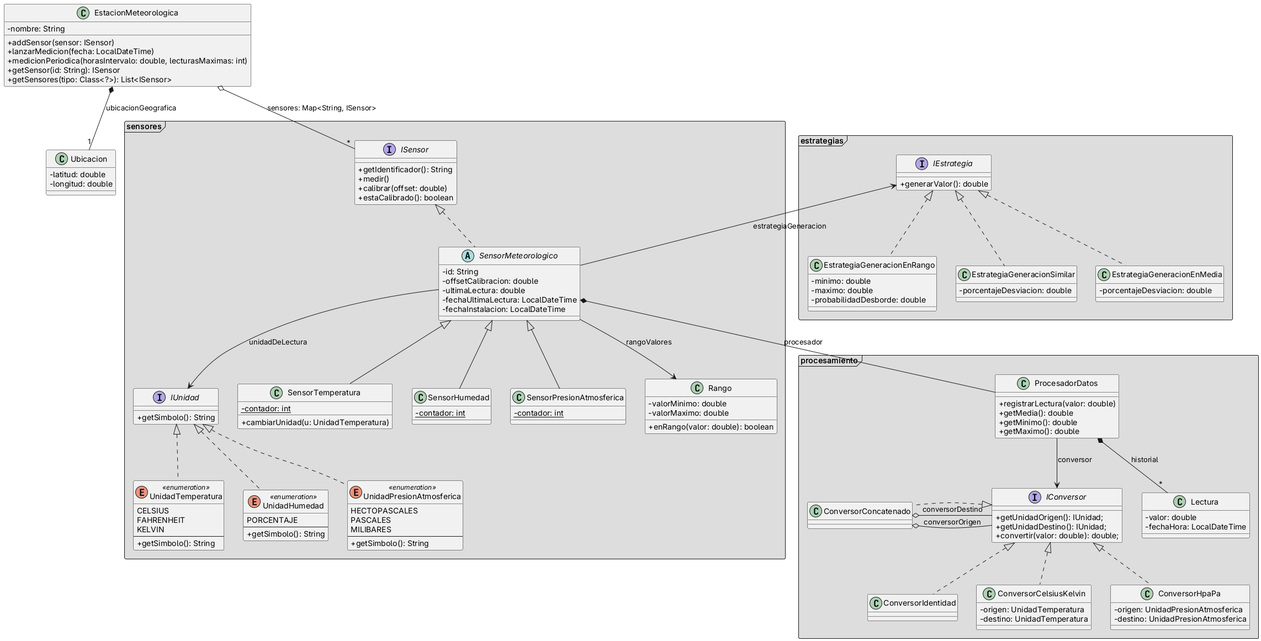
Above: diagrams/estacionMetereologica.png in polo-omez/adsof (PlantUML), before the change.
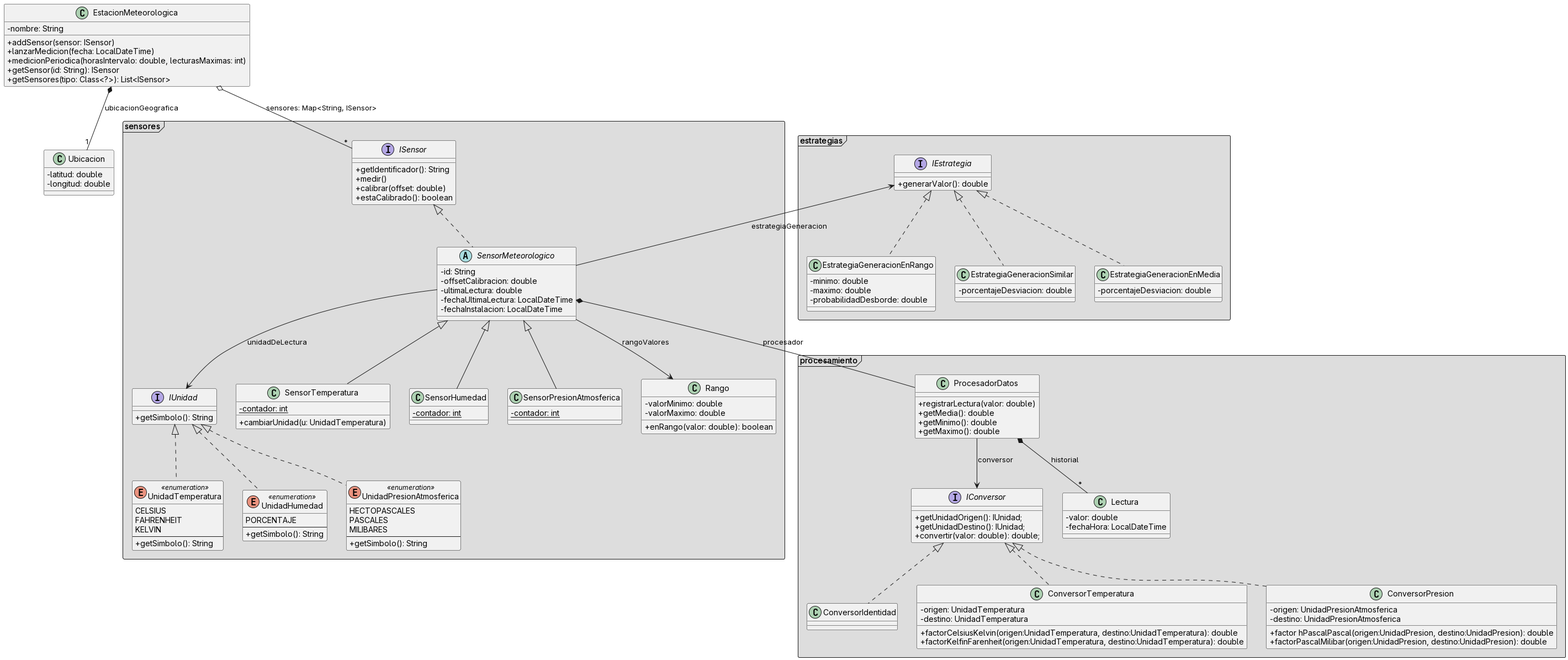
After the change.

Diff of the diagram source:
```diff
@@ -89,17 +89,18 @@
     class ConversorIdentidad {
     }
 
-    class ConversorCelsiusKelvin {
+    class ConversorTemperatura{
         - origen: UnidadTemperatura
         - destino: UnidadTemperatura
+        + factorCelsiusKelvin(origen:UnidadTemperatura, destino:UnidadTemperatura): double
+        + factorKelfinFarenheit(origen:UnidadTemperatura, destino:UnidadTemperatura): double
     }
 
-    class ConversorHpaPa {
+    class ConversorPresion {
         - origen: UnidadPresionAtmosferica
         - destino: UnidadPresionAtmosferica
-    }
-
-    class ConversorConcatenado {
+        + factor hPascalPascal(origen:UnidadPresion, destino:UnidadPresion): double
+        + factorPascalMilibar(origen:UnidadPresion, destino:UnidadPresion): double
     }
 
 }
@@ -157,9 +158,8 @@
 IEstrategia <|.. EstrategiaGeneracionEnMedia
 
 IConversor <|.. ConversorIdentidad
-IConversor <|.. ConversorCelsiusKelvin
-IConversor <|.. ConversorHpaPa
-IConversor <|. ConversorConcatenado
+IConversor <|.. ConversorTemperatura
+IConversor <|.. ConversorPresion
 
 SensorMeteorologico <|-- SensorTemperatura
 SensorMeteorologico <|-- SensorHumedad
@@ -171,8 +171,6 @@
 SensorMeteorologico *--  ProcesadorDatos : "procesador"
 
 ProcesadorDatos *-- "*" Lectura: historial
-ConversorConcatenado o-- IConversor: conversorOrigen
-ConversorConcatenado o-- IConversor: conversorDestino
 
 SensorMeteorologico -->  Rango : rangoValores
 SensorMeteorologico -->  IUnidad : unidadDeLectura
```
